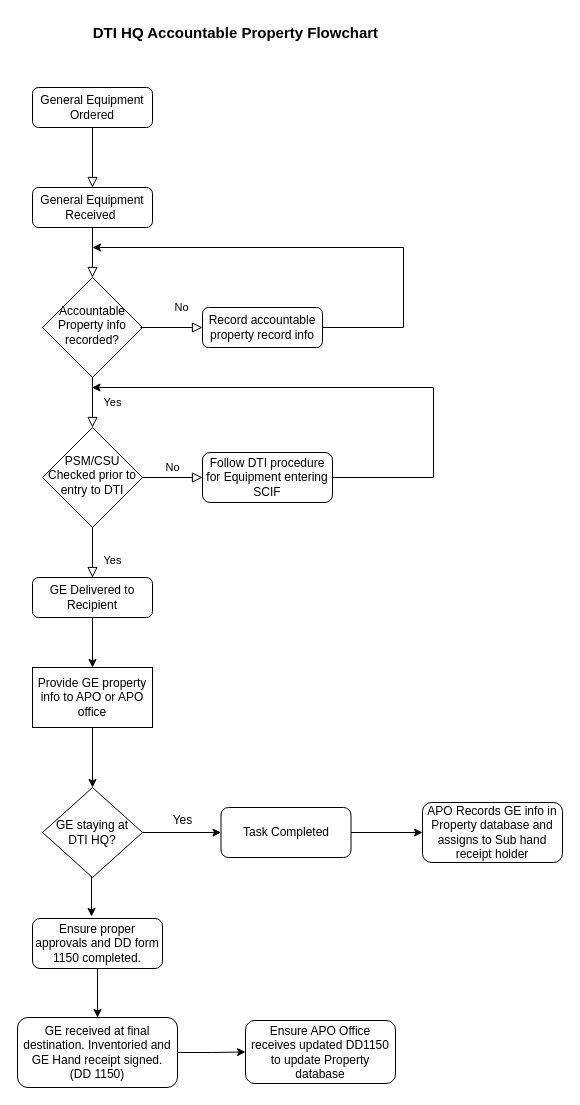
Above: Property Flow.drawio in moondog69/drawings (draw.io), before the change. Source tidied: cells renumbered, new cells numbered last; positions are measured from the earlier drawing's top-left corner, leaving out a move shared by most shapes. Both pictures are drawn from the tidied source at 100%, with x=0, y=0 at pixel (17, 17).
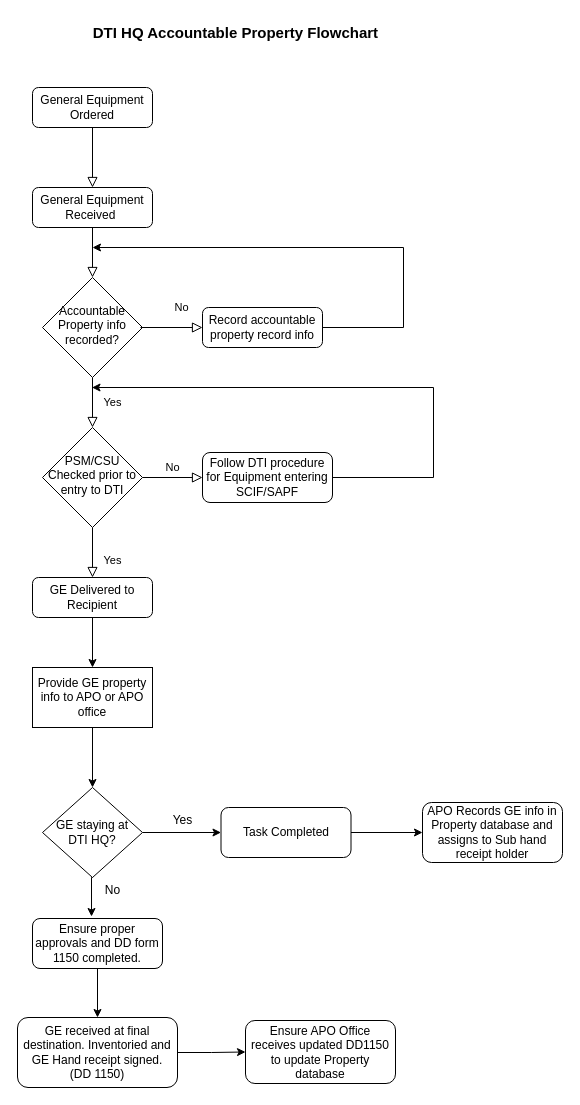
The same page after the edit.

What changed in the source:
```diff
@@
-    <mxCell id="13" value="Follow DTI procedure for Equipment entering SCIF" style="rounded=1;whiteSpace=wrap;html=1;fontSize=12;glass=0;strokeWidth=1;shadow=0;" parent="1" vertex="1">
+    <mxCell id="13" value="Follow DTI procedure for Equipment entering SCIF/SAPF" style="rounded=1;whiteSpace=wrap;html=1;fontSize=12;glass=0;strokeWidth=1;shadow=0;" parent="1" vertex="1">
       <mxGeometry x="185" y="435" width="130" height="50" as="geometry" />
     </mxCell>
@@
+    <mxCell id="33" value="No" style="text;html=1;align=center;verticalAlign=middle;strokeColor=none;fillColor=none;" parent="1" vertex="1">
+      <mxGeometry x="75" y="858" width="40" height="30" as="geometry" />
+    </mxCell>
```
